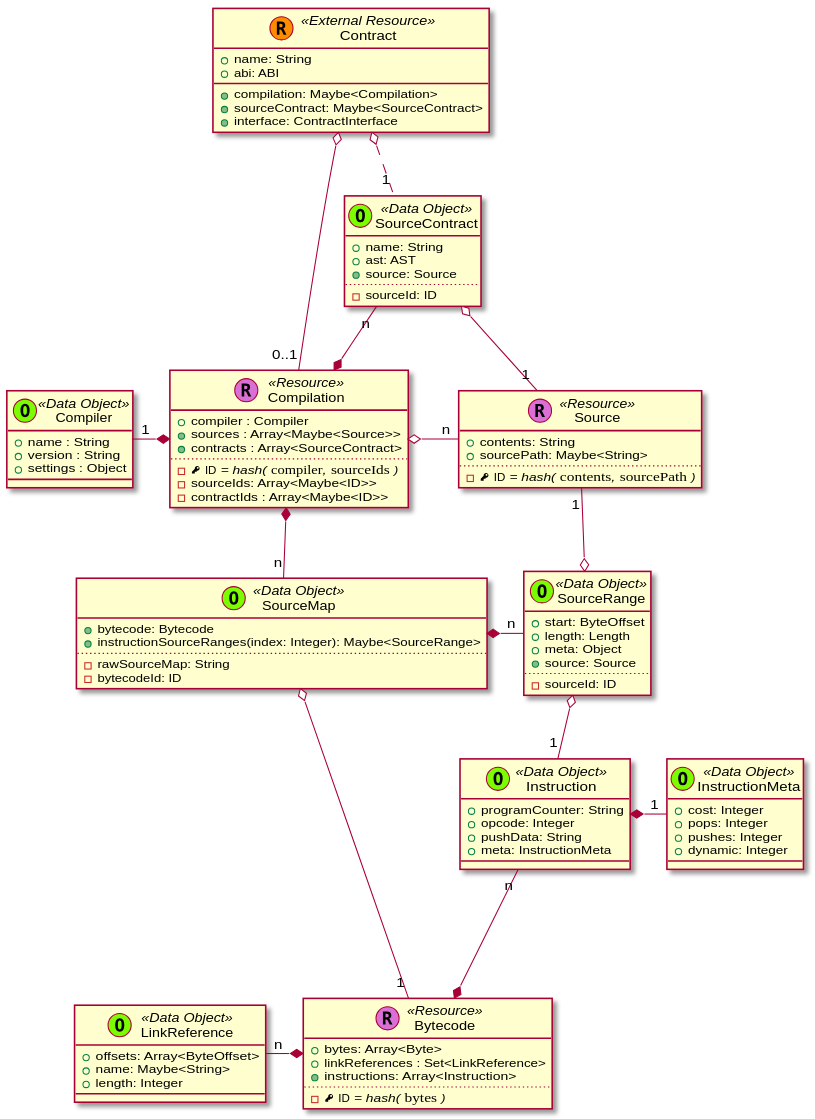
Earlier version of the PlantUML export _images/plantuml-e9147eb3f2fd48370e6ec239004ba66ea4d7f91a.svg (trufflesuite/artifact-updates).
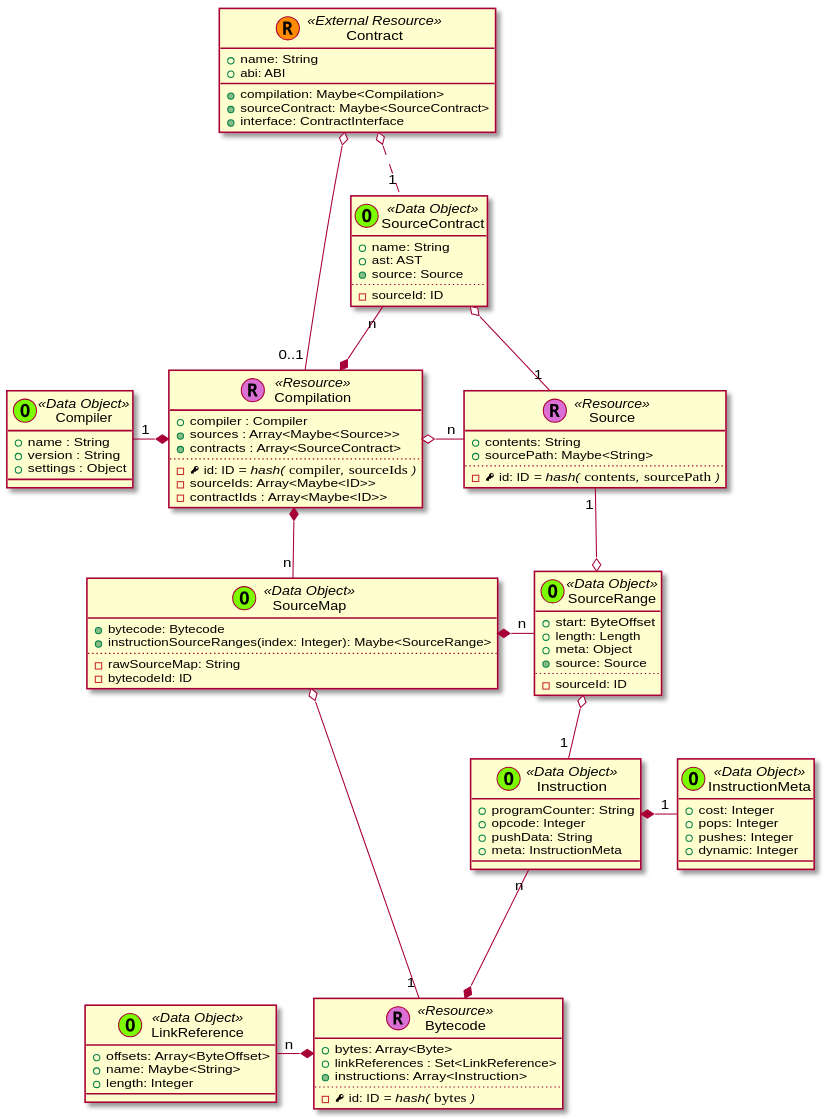
The same file after the commit.

Diff of the diagram source:
```diff
@@ -25,7 +25,7 @@
       + linkReferences : Set<LinkReference>
       + {method} instructions: Array<Instruction>
       ..
-      - {field} <&key> ID //= hash(// ""bytes"" //)//
+      - {field} <&key> id: ID //= hash(// ""bytes"" //)//
     }
 
     class Instruction << (O,lawngreen) Data Object >> {
@@ -49,7 +49,7 @@
       + contents: String
       + sourcePath: Maybe<String>
       ..
-      - {field} <&key> ID //= hash(// ""contents""//,// ""sourcePath"" //)//
+      - {field} <&key> id: ID //= hash(// ""contents""//,// ""sourcePath"" //)//
     }
 
 
@@ -60,7 +60,7 @@
       + {method} sources : Array<Maybe<Source>>
       + {method} contracts : Array<SourceContract>
       ..
-      - {field} <&key> ID //= hash(// ""compiler""//,// ""sourceIds"" //)//
+      - {field} <&key> id: ID //= hash(// ""compiler""//,// ""sourceIds"" //)//
       - sourceIds: Array<Maybe<ID>>
       - contractIds : Array<Maybe<ID>>
     }
```
